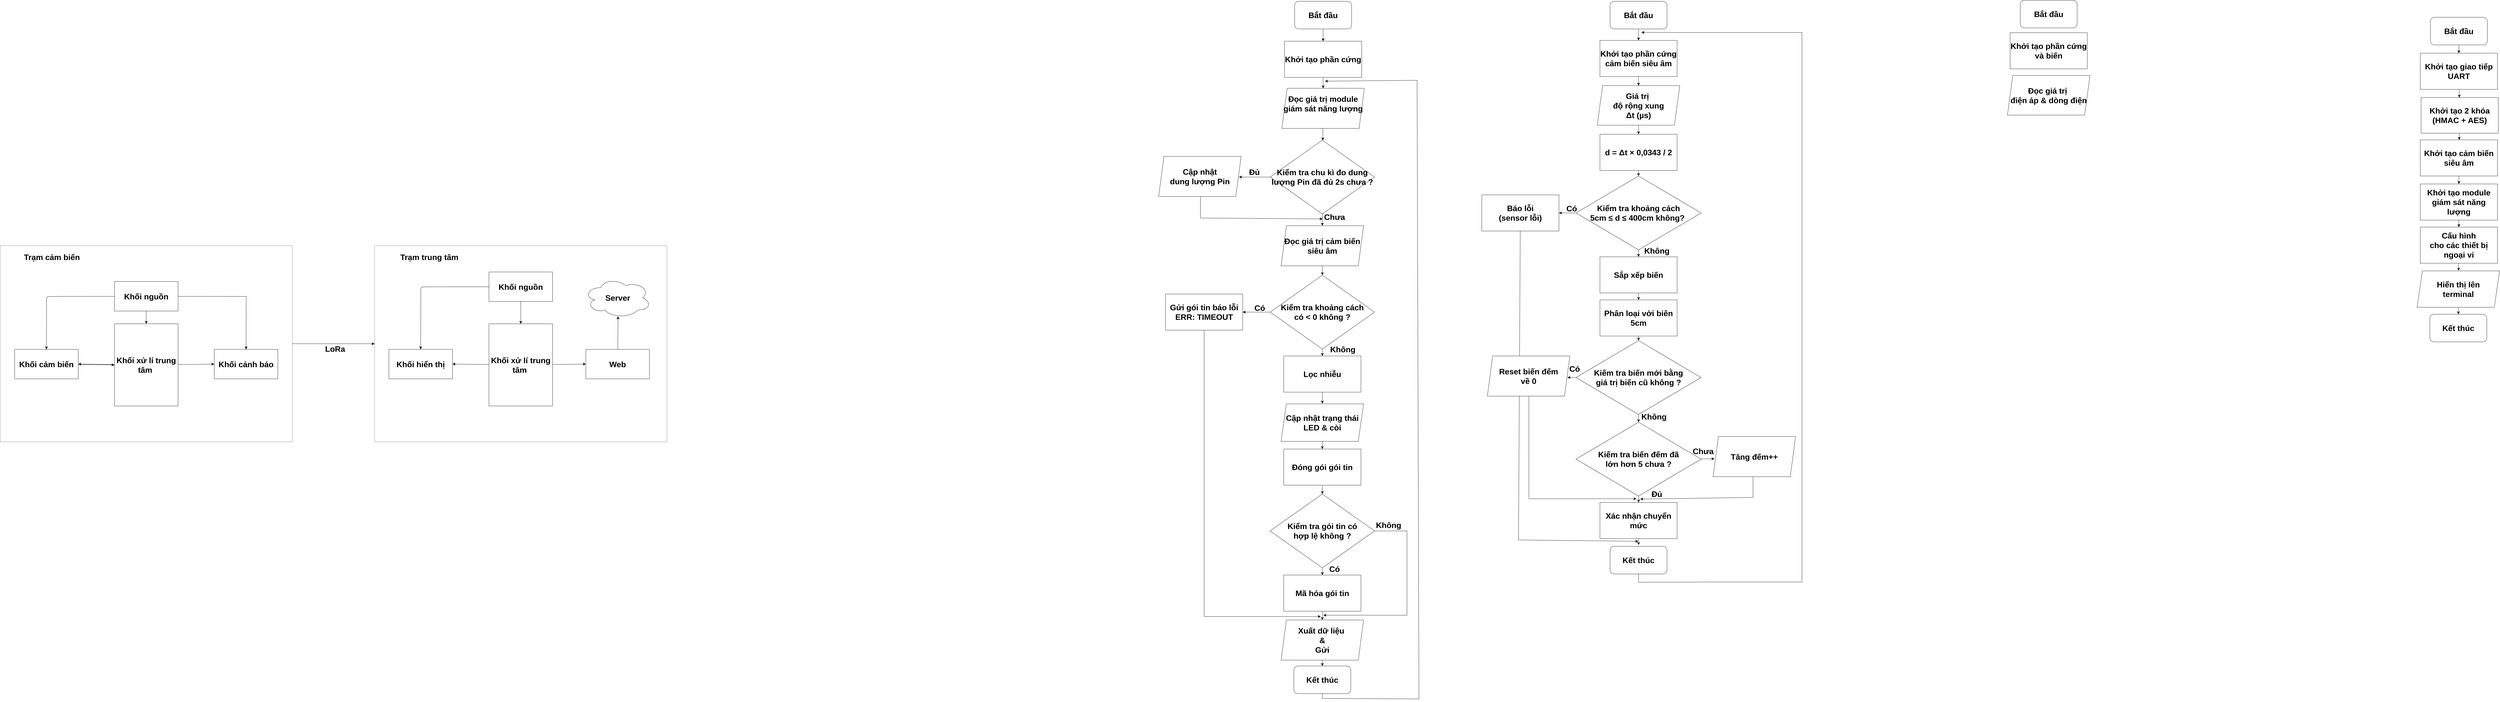
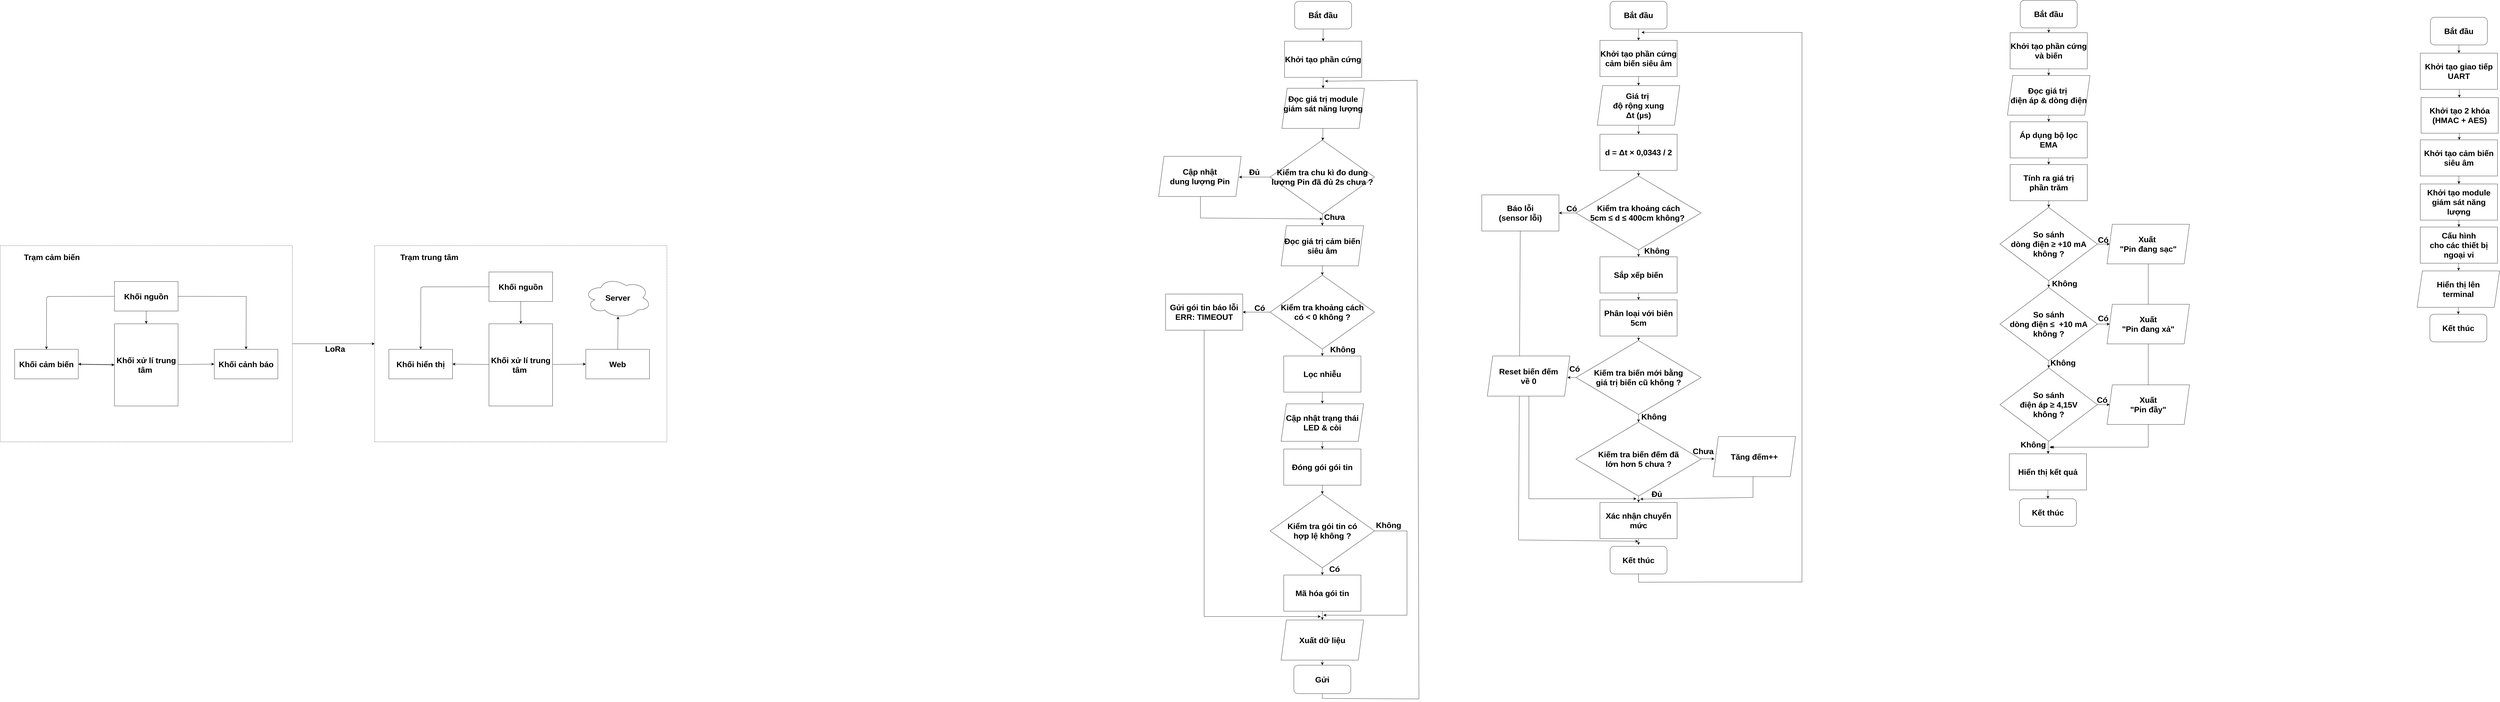
<mxfile host="app.diagrams.net">
  <diagram name="Page-1" id="Xzzm8pSJ2Ty5PO-fjyCe">
-     <mxGraphModel dx="1885" dy="1060" grid="0" gridSize="10" guides="1" tooltips="1" connect="1" arrows="1" fold="1" page="1" pageScale="1" pageWidth="4681" pageHeight="3300" math="0" shadow="0">
+     <mxGraphModel dx="4713" dy="2650" grid="0" gridSize="10" guides="1" tooltips="1" connect="1" arrows="1" fold="1" page="1" pageScale="1" pageWidth="4681" pageHeight="3300" math="0" shadow="0">
      <root>
        <mxCell id="0" />
        <mxCell id="1" parent="0" />
+         <mxCell id="dHOnNA1qFKyTxo9gN7e2-160" edge="1" parent="1" source="dHOnNA1qFKyTxo9gN7e2-135" style="edgeStyle=none;curved=1;rounded=0;orthogonalLoop=1;jettySize=auto;html=1;entryX=0.5;entryY=1;entryDx=0;entryDy=0;fontSize=12;startSize=8;endSize=8;" target="dHOnNA1qFKyTxo9gN7e2-136">
+           <mxGeometry relative="1" as="geometry" />
+         </mxCell>
        <mxCell id="aMmJWWC9FcH2sZLkuJds-26" parent="1" style="rounded=0;whiteSpace=wrap;html=1;dashed=1;fontStyle=1;fontSize=30;" value="" vertex="1">
          <mxGeometry height="738" width="1098" x="1887.5" y="1122" as="geometry" />
        </mxCell>
        <mxCell id="aMmJWWC9FcH2sZLkuJds-31" edge="1" parent="1" source="aMmJWWC9FcH2sZLkuJds-25" style="edgeStyle=none;curved=1;rounded=0;orthogonalLoop=1;jettySize=auto;html=1;entryX=0;entryY=0.5;entryDx=0;entryDy=0;fontSize=30;startSize=8;endSize=8;fontStyle=1" target="aMmJWWC9FcH2sZLkuJds-26">
          <mxGeometry relative="1" as="geometry" />
        </mxCell>
        <mxCell id="aMmJWWC9FcH2sZLkuJds-25" parent="1" style="rounded=0;whiteSpace=wrap;html=1;dashed=1;fontStyle=1;fontSize=30;" value="" vertex="1">
          <mxGeometry height="738" width="1098" x="480.5" y="1122" as="geometry" />
        </mxCell>
        <mxCell id="aMmJWWC9FcH2sZLkuJds-12" edge="1" parent="1" source="aMmJWWC9FcH2sZLkuJds-1" style="edgeStyle=none;curved=1;rounded=0;orthogonalLoop=1;jettySize=auto;html=1;entryX=0;entryY=0.5;entryDx=0;entryDy=0;fontSize=30;startSize=8;endSize=8;fontStyle=1" target="aMmJWWC9FcH2sZLkuJds-5">
          <mxGeometry relative="1" as="geometry" />
        </mxCell>
        <mxCell id="aMmJWWC9FcH2sZLkuJds-13" edge="1" parent="1" source="aMmJWWC9FcH2sZLkuJds-1" style="edgeStyle=none;curved=1;rounded=0;orthogonalLoop=1;jettySize=auto;html=1;entryX=1;entryY=0.5;entryDx=0;entryDy=0;fontSize=30;startSize=8;endSize=8;fontStyle=1" target="aMmJWWC9FcH2sZLkuJds-4">
          <mxGeometry relative="1" as="geometry" />
        </mxCell>
        <mxCell id="aMmJWWC9FcH2sZLkuJds-1" parent="1" style="rounded=0;whiteSpace=wrap;html=1;fontStyle=1;fontSize=30;" value="&lt;font&gt;Khối xử lí trung tâm&amp;nbsp;&lt;/font&gt;" vertex="1">
          <mxGeometry height="309" width="239" x="910" y="1416" as="geometry" />
        </mxCell>
        <mxCell id="aMmJWWC9FcH2sZLkuJds-8" edge="1" parent="1" source="aMmJWWC9FcH2sZLkuJds-2" style="edgeStyle=none;curved=0;rounded=1;orthogonalLoop=1;jettySize=auto;html=1;entryX=0.5;entryY=0;entryDx=0;entryDy=0;fontSize=30;startSize=8;endSize=8;fontStyle=1" target="aMmJWWC9FcH2sZLkuJds-4">
          <mxGeometry relative="1" as="geometry">
            <Array as="points">
              <mxPoint x="655" y="1313" />
            </Array>
          </mxGeometry>
        </mxCell>
        <mxCell id="aMmJWWC9FcH2sZLkuJds-9" edge="1" parent="1" source="aMmJWWC9FcH2sZLkuJds-2" style="edgeStyle=none;curved=1;rounded=0;orthogonalLoop=1;jettySize=auto;html=1;entryX=0.5;entryY=0;entryDx=0;entryDy=0;fontSize=30;startSize=8;endSize=8;fontStyle=1" target="aMmJWWC9FcH2sZLkuJds-1">
          <mxGeometry relative="1" as="geometry" />
        </mxCell>
        <mxCell id="aMmJWWC9FcH2sZLkuJds-10" edge="1" parent="1" source="aMmJWWC9FcH2sZLkuJds-2" style="edgeStyle=none;curved=0;rounded=0;orthogonalLoop=1;jettySize=auto;html=1;entryX=0.5;entryY=0;entryDx=0;entryDy=0;fontSize=30;startSize=8;endSize=8;fontStyle=1" target="aMmJWWC9FcH2sZLkuJds-5">
          <mxGeometry relative="1" as="geometry">
            <Array as="points">
              <mxPoint x="1405" y="1313" />
            </Array>
          </mxGeometry>
        </mxCell>
        <mxCell id="aMmJWWC9FcH2sZLkuJds-2" parent="1" style="rounded=0;whiteSpace=wrap;html=1;fontStyle=1;fontSize=30;" value="&lt;font&gt;Khối nguồn&lt;/font&gt;" vertex="1">
          <mxGeometry height="111" width="239" x="910" y="1257" as="geometry" />
        </mxCell>
        <mxCell id="aMmJWWC9FcH2sZLkuJds-11" edge="1" parent="1" source="aMmJWWC9FcH2sZLkuJds-4" style="edgeStyle=none;curved=1;rounded=0;orthogonalLoop=1;jettySize=auto;html=1;entryX=0;entryY=0.5;entryDx=0;entryDy=0;fontSize=30;startSize=8;endSize=8;fontStyle=1" target="aMmJWWC9FcH2sZLkuJds-1">
          <mxGeometry relative="1" as="geometry" />
        </mxCell>
        <mxCell id="aMmJWWC9FcH2sZLkuJds-4" parent="1" style="rounded=0;whiteSpace=wrap;html=1;fontStyle=1;fontSize=30;" value="&lt;font&gt;Khối cảm biến&lt;/font&gt;" vertex="1">
          <mxGeometry height="111" width="239" x="535" y="1512" as="geometry" />
        </mxCell>
        <mxCell id="aMmJWWC9FcH2sZLkuJds-5" parent="1" style="rounded=0;whiteSpace=wrap;html=1;fontStyle=1;fontSize=30;" value="&lt;font&gt;Khối cảnh báo&lt;/font&gt;" vertex="1">
          <mxGeometry height="111" width="239" x="1285" y="1512" as="geometry" />
        </mxCell>
        <mxCell id="aMmJWWC9FcH2sZLkuJds-19" edge="1" parent="1" source="aMmJWWC9FcH2sZLkuJds-14" style="edgeStyle=none;curved=1;rounded=0;orthogonalLoop=1;jettySize=auto;html=1;entryX=1;entryY=0.5;entryDx=0;entryDy=0;fontSize=30;startSize=8;endSize=8;fontStyle=1" target="aMmJWWC9FcH2sZLkuJds-16">
          <mxGeometry relative="1" as="geometry" />
        </mxCell>
        <mxCell id="aMmJWWC9FcH2sZLkuJds-20" edge="1" parent="1" source="aMmJWWC9FcH2sZLkuJds-14" style="edgeStyle=none;curved=1;rounded=0;orthogonalLoop=1;jettySize=auto;html=1;entryX=0;entryY=0.5;entryDx=0;entryDy=0;fontSize=30;startSize=8;endSize=8;fontStyle=1" target="aMmJWWC9FcH2sZLkuJds-18">
          <mxGeometry relative="1" as="geometry" />
        </mxCell>
        <mxCell id="aMmJWWC9FcH2sZLkuJds-14" parent="1" style="rounded=0;whiteSpace=wrap;html=1;fontStyle=1;fontSize=30;" value="&lt;font&gt;Khối xử lí trung tâm&amp;nbsp;&lt;/font&gt;" vertex="1">
          <mxGeometry height="309" width="239" x="2317" y="1416" as="geometry" />
        </mxCell>
        <mxCell id="aMmJWWC9FcH2sZLkuJds-21" edge="1" parent="1" source="aMmJWWC9FcH2sZLkuJds-15" style="edgeStyle=none;curved=1;rounded=0;orthogonalLoop=1;jettySize=auto;html=1;entryX=0.5;entryY=0;entryDx=0;entryDy=0;fontSize=30;startSize=8;endSize=8;fontStyle=1" target="aMmJWWC9FcH2sZLkuJds-14">
          <mxGeometry relative="1" as="geometry" />
        </mxCell>
        <mxCell id="aMmJWWC9FcH2sZLkuJds-22" edge="1" parent="1" source="aMmJWWC9FcH2sZLkuJds-15" style="edgeStyle=none;curved=0;rounded=1;orthogonalLoop=1;jettySize=auto;html=1;entryX=0.5;entryY=0;entryDx=0;entryDy=0;fontSize=30;startSize=8;endSize=8;fontStyle=1" target="aMmJWWC9FcH2sZLkuJds-16">
          <mxGeometry relative="1" as="geometry">
            <Array as="points">
              <mxPoint x="2061" y="1277" />
            </Array>
          </mxGeometry>
        </mxCell>
        <mxCell id="aMmJWWC9FcH2sZLkuJds-15" parent="1" style="rounded=0;whiteSpace=wrap;html=1;fontStyle=1;fontSize=30;" value="&lt;font&gt;Khối nguồn&lt;/font&gt;" vertex="1">
          <mxGeometry height="111" width="239" x="2317" y="1221" as="geometry" />
        </mxCell>
        <mxCell id="aMmJWWC9FcH2sZLkuJds-16" parent="1" style="rounded=0;whiteSpace=wrap;html=1;fontStyle=1;fontSize=30;" value="&lt;font&gt;Khối hiển thị&lt;/font&gt;" vertex="1">
          <mxGeometry height="111" width="239" x="1941" y="1512" as="geometry" />
        </mxCell>
        <mxCell id="aMmJWWC9FcH2sZLkuJds-18" parent="1" style="rounded=0;whiteSpace=wrap;html=1;fontStyle=1;fontSize=30;" value="&lt;span&gt;Web&lt;/span&gt;" vertex="1">
          <mxGeometry height="111" width="239" x="2681" y="1512" as="geometry" />
        </mxCell>
        <mxCell id="aMmJWWC9FcH2sZLkuJds-23" parent="1" style="ellipse;shape=cloud;whiteSpace=wrap;html=1;fontStyle=1;fontSize=30;" value="&lt;span&gt;Server&lt;/span&gt;" vertex="1">
          <mxGeometry height="152" width="252" x="2674.5" y="1242" as="geometry" />
        </mxCell>
        <mxCell id="aMmJWWC9FcH2sZLkuJds-24" edge="1" parent="1" source="aMmJWWC9FcH2sZLkuJds-18" style="edgeStyle=none;curved=1;rounded=0;orthogonalLoop=1;jettySize=auto;html=1;entryX=0.506;entryY=0.961;entryDx=0;entryDy=0;entryPerimeter=0;fontSize=30;startSize=8;endSize=8;fontStyle=1" target="aMmJWWC9FcH2sZLkuJds-23">
          <mxGeometry relative="1" as="geometry" />
        </mxCell>
        <mxCell id="aMmJWWC9FcH2sZLkuJds-27" parent="1" style="text;html=1;whiteSpace=wrap;strokeColor=none;fillColor=none;align=center;verticalAlign=middle;rounded=0;fontSize=30;fontStyle=1" value="Trạm cảm biến" vertex="1">
          <mxGeometry height="30" width="332" x="509" y="1150" as="geometry" />
        </mxCell>
        <mxCell id="aMmJWWC9FcH2sZLkuJds-28" parent="1" style="text;html=1;whiteSpace=wrap;strokeColor=none;fillColor=none;align=center;verticalAlign=middle;rounded=0;fontSize=30;fontStyle=1" value="Trạm trung tâm" vertex="1">
          <mxGeometry height="30" width="332" x="1927" y="1150" as="geometry" />
        </mxCell>
        <mxCell id="aMmJWWC9FcH2sZLkuJds-32" parent="1" style="text;html=1;whiteSpace=wrap;strokeColor=none;fillColor=none;align=center;verticalAlign=middle;rounded=0;fontSize=30;fontStyle=1" value="LoRa" vertex="1">
          <mxGeometry height="30" width="332" x="1573" y="1495" as="geometry" />
        </mxCell>
        <mxCell id="dHOnNA1qFKyTxo9gN7e2-32" edge="1" parent="1" source="dHOnNA1qFKyTxo9gN7e2-2" style="edgeStyle=none;curved=1;rounded=0;orthogonalLoop=1;jettySize=auto;html=1;fontSize=30;startSize=8;endSize=8;fontStyle=1" target="dHOnNA1qFKyTxo9gN7e2-3" value="">
          <mxGeometry relative="1" as="geometry" />
        </mxCell>
        <mxCell id="dHOnNA1qFKyTxo9gN7e2-2" parent="1" style="rounded=1;whiteSpace=wrap;html=1;fontStyle=1;fontSize=30;" value="&lt;font&gt;Bắt đầu&lt;/font&gt;" vertex="1">
          <mxGeometry height="104" width="214" x="5344" y="203" as="geometry" />
        </mxCell>
        <mxCell id="dHOnNA1qFKyTxo9gN7e2-33" edge="1" parent="1" source="dHOnNA1qFKyTxo9gN7e2-3" style="edgeStyle=none;curved=1;rounded=0;orthogonalLoop=1;jettySize=auto;html=1;fontSize=30;startSize=8;endSize=8;fontStyle=1" target="dHOnNA1qFKyTxo9gN7e2-4" value="">
          <mxGeometry relative="1" as="geometry" />
        </mxCell>
        <mxCell id="dHOnNA1qFKyTxo9gN7e2-3" parent="1" style="rounded=0;whiteSpace=wrap;html=1;fontStyle=1;fontSize=30;" value="&lt;font&gt;Khởi tạo phần cứng&lt;/font&gt;" vertex="1">
          <mxGeometry height="136" width="290" x="5306" y="353" as="geometry" />
        </mxCell>
        <mxCell id="dHOnNA1qFKyTxo9gN7e2-6" edge="1" parent="1" source="dHOnNA1qFKyTxo9gN7e2-4" style="edgeStyle=none;curved=1;rounded=0;orthogonalLoop=1;jettySize=auto;html=1;fontSize=30;startSize=8;endSize=8;fontStyle=1" target="dHOnNA1qFKyTxo9gN7e2-5" value="">
          <mxGeometry relative="1" as="geometry" />
        </mxCell>
        <mxCell id="dHOnNA1qFKyTxo9gN7e2-4" parent="1" style="shape=parallelogram;perimeter=parallelogramPerimeter;whiteSpace=wrap;html=1;fixedSize=1;fontStyle=1;fontSize=30;" value="&lt;font&gt;Đọc giá trị module giám sát năng lượng&lt;/font&gt;&lt;div&gt;&lt;font&gt;&lt;br&gt;&lt;/font&gt;&lt;/div&gt;" vertex="1">
          <mxGeometry height="151" width="310" x="5296" y="530" as="geometry" />
        </mxCell>
        <mxCell id="dHOnNA1qFKyTxo9gN7e2-8" edge="1" parent="1" source="dHOnNA1qFKyTxo9gN7e2-5" style="edgeStyle=none;curved=1;rounded=0;orthogonalLoop=1;jettySize=auto;html=1;fontSize=30;startSize=8;endSize=8;fontStyle=1" target="dHOnNA1qFKyTxo9gN7e2-7" value="">
          <mxGeometry relative="1" as="geometry" />
        </mxCell>
        <mxCell id="dHOnNA1qFKyTxo9gN7e2-19" edge="1" parent="1" source="dHOnNA1qFKyTxo9gN7e2-5" style="edgeStyle=none;curved=1;rounded=0;orthogonalLoop=1;jettySize=auto;html=1;fontSize=30;startSize=8;endSize=8;fontStyle=1" value="">
          <mxGeometry relative="1" as="geometry">
            <mxPoint x="5135" y="864.0000000000005" as="targetPoint" />
          </mxGeometry>
        </mxCell>
        <mxCell id="dHOnNA1qFKyTxo9gN7e2-29" edge="1" parent="1" source="dHOnNA1qFKyTxo9gN7e2-5" style="edgeStyle=none;curved=1;rounded=0;orthogonalLoop=1;jettySize=auto;html=1;fontSize=30;startSize=8;endSize=8;fontStyle=1" value="">
          <mxGeometry relative="1" as="geometry">
            <mxPoint x="5135" y="864.0000000000005" as="targetPoint" />
          </mxGeometry>
        </mxCell>
        <mxCell id="dHOnNA1qFKyTxo9gN7e2-5" parent="1" style="rhombus;whiteSpace=wrap;html=1;fontStyle=1;fontSize=30;" value="&lt;font&gt;Kiểm tra chu kì đo dung lượng Pin đã đủ 2s chưa ?&lt;/font&gt;" vertex="1">
          <mxGeometry height="278" width="392" x="5252" y="725" as="geometry" />
        </mxCell>
        <mxCell id="dHOnNA1qFKyTxo9gN7e2-22" edge="1" parent="1" source="dHOnNA1qFKyTxo9gN7e2-7" style="edgeStyle=none;curved=1;rounded=0;orthogonalLoop=1;jettySize=auto;html=1;fontSize=30;startSize=8;endSize=8;fontStyle=1" target="dHOnNA1qFKyTxo9gN7e2-9" value="">
          <mxGeometry relative="1" as="geometry" />
        </mxCell>
        <mxCell id="dHOnNA1qFKyTxo9gN7e2-7" parent="1" style="shape=parallelogram;perimeter=parallelogramPerimeter;whiteSpace=wrap;html=1;fixedSize=1;fontStyle=1;fontSize=30;" value="&lt;span&gt;Đọc giá trị cảm biến siêu âm&lt;/span&gt;" vertex="1">
          <mxGeometry height="151" width="310" x="5293" y="1047" as="geometry" />
        </mxCell>
        <mxCell id="dHOnNA1qFKyTxo9gN7e2-23" edge="1" parent="1" source="dHOnNA1qFKyTxo9gN7e2-9" style="edgeStyle=none;curved=1;rounded=0;orthogonalLoop=1;jettySize=auto;html=1;fontSize=30;startSize=8;endSize=8;fontStyle=1" target="dHOnNA1qFKyTxo9gN7e2-10" value="">
          <mxGeometry relative="1" as="geometry" />
        </mxCell>
        <mxCell id="dHOnNA1qFKyTxo9gN7e2-35" edge="1" parent="1" source="dHOnNA1qFKyTxo9gN7e2-9" style="edgeStyle=none;curved=1;rounded=0;orthogonalLoop=1;jettySize=auto;html=1;fontSize=30;startSize=8;endSize=8;fontStyle=1" target="dHOnNA1qFKyTxo9gN7e2-34" value="">
          <mxGeometry relative="1" as="geometry" />
        </mxCell>
        <mxCell id="dHOnNA1qFKyTxo9gN7e2-9" parent="1" style="rhombus;whiteSpace=wrap;html=1;fontStyle=1;fontSize=30;" value="&lt;font&gt;Kiểm tra khoảng cách&lt;br&gt;có &amp;lt; 0 không ?&lt;/font&gt;" vertex="1">
          <mxGeometry height="278" width="392" x="5252" y="1233" as="geometry" />
        </mxCell>
        <mxCell id="dHOnNA1qFKyTxo9gN7e2-24" edge="1" parent="1" source="dHOnNA1qFKyTxo9gN7e2-10" style="edgeStyle=none;curved=1;rounded=0;orthogonalLoop=1;jettySize=auto;html=1;fontSize=30;startSize=8;endSize=8;fontStyle=1" value="">
          <mxGeometry relative="1" as="geometry">
            <mxPoint x="5448.000000000001" y="1716" as="targetPoint" />
          </mxGeometry>
        </mxCell>
        <mxCell id="dHOnNA1qFKyTxo9gN7e2-10" parent="1" style="rounded=0;whiteSpace=wrap;html=1;fontStyle=1;fontSize=30;" value="&lt;font&gt;Lọc nhiễu&lt;/font&gt;" vertex="1">
          <mxGeometry height="136" width="290" x="5303" y="1537" as="geometry" />
        </mxCell>
        <mxCell id="dHOnNA1qFKyTxo9gN7e2-25" edge="1" parent="1" style="edgeStyle=none;curved=1;rounded=0;orthogonalLoop=1;jettySize=auto;html=1;fontSize=30;startSize=8;endSize=8;fontStyle=1" target="dHOnNA1qFKyTxo9gN7e2-13" value="">
          <mxGeometry relative="1" as="geometry">
            <mxPoint x="5448.000000000001" y="1852" as="sourcePoint" />
          </mxGeometry>
        </mxCell>
        <mxCell id="dHOnNA1qFKyTxo9gN7e2-26" edge="1" parent="1" source="dHOnNA1qFKyTxo9gN7e2-13" style="edgeStyle=none;curved=1;rounded=0;orthogonalLoop=1;jettySize=auto;html=1;fontSize=30;startSize=8;endSize=8;fontStyle=1" target="dHOnNA1qFKyTxo9gN7e2-14" value="">
          <mxGeometry relative="1" as="geometry" />
        </mxCell>
        <mxCell id="dHOnNA1qFKyTxo9gN7e2-13" parent="1" style="rounded=0;whiteSpace=wrap;html=1;fontStyle=1;fontSize=30;" value="&lt;span&gt;Đóng gói gói tin&lt;/span&gt;" vertex="1">
          <mxGeometry height="136" width="290" x="5303" y="1887" as="geometry" />
        </mxCell>
        <mxCell id="dHOnNA1qFKyTxo9gN7e2-27" edge="1" parent="1" source="dHOnNA1qFKyTxo9gN7e2-14" style="edgeStyle=none;curved=1;rounded=0;orthogonalLoop=1;jettySize=auto;html=1;fontSize=30;startSize=8;endSize=8;fontStyle=1" target="dHOnNA1qFKyTxo9gN7e2-15" value="">
          <mxGeometry relative="1" as="geometry" />
        </mxCell>
        <mxCell id="dHOnNA1qFKyTxo9gN7e2-41" edge="1" parent="1" source="dHOnNA1qFKyTxo9gN7e2-14" style="edgeStyle=none;curved=0;rounded=0;orthogonalLoop=1;jettySize=auto;html=1;fontSize=30;startSize=8;endSize=8;fontStyle=1" value="">
          <mxGeometry relative="1" as="geometry">
            <Array as="points">
              <mxPoint x="5766" y="2195" />
              <mxPoint x="5766" y="2512" />
            </Array>
            <mxPoint x="5452" y="2512" as="targetPoint" />
          </mxGeometry>
        </mxCell>
        <mxCell id="dHOnNA1qFKyTxo9gN7e2-14" parent="1" style="rhombus;whiteSpace=wrap;html=1;fontStyle=1;fontSize=30;" value="&lt;span&gt;Kiểm tra gói tin có&lt;/span&gt;&lt;div&gt;&lt;span&gt;hợp lệ không ?&lt;/span&gt;&lt;/div&gt;" vertex="1">
          <mxGeometry height="278" width="392" x="5252" y="2056" as="geometry" />
        </mxCell>
        <mxCell id="dHOnNA1qFKyTxo9gN7e2-28" edge="1" parent="1" source="dHOnNA1qFKyTxo9gN7e2-15" style="edgeStyle=none;curved=1;rounded=0;orthogonalLoop=1;jettySize=auto;html=1;fontSize=30;startSize=8;endSize=8;fontStyle=1" value="">
          <mxGeometry relative="1" as="geometry">
            <mxPoint x="5448" y="2530" as="targetPoint" />
          </mxGeometry>
        </mxCell>
        <mxCell id="dHOnNA1qFKyTxo9gN7e2-15" parent="1" style="rounded=0;whiteSpace=wrap;html=1;fontStyle=1;fontSize=30;" value="&lt;span&gt;Mã hóa gói tin&lt;/span&gt;" vertex="1">
          <mxGeometry height="136" width="290" x="5303" y="2361" as="geometry" />
        </mxCell>
        <mxCell id="dHOnNA1qFKyTxo9gN7e2-42" edge="1" parent="1" source="dHOnNA1qFKyTxo9gN7e2-105" style="edgeStyle=none;curved=0;rounded=0;orthogonalLoop=1;jettySize=auto;html=1;fontSize=30;startSize=8;endSize=8;fontStyle=1;exitX=0.5;exitY=1;exitDx=0;exitDy=0;">
          <mxGeometry relative="1" as="geometry">
            <Array as="points">
              <mxPoint x="5448" y="2825" />
              <mxPoint x="5811" y="2827" />
              <mxPoint x="5804" y="500" />
            </Array>
            <mxPoint x="5448" y="2666" as="sourcePoint" />
            <mxPoint x="5458" y="503.3333333333335" as="targetPoint" />
          </mxGeometry>
        </mxCell>
        <mxCell id="dHOnNA1qFKyTxo9gN7e2-21" edge="1" parent="1" style="edgeStyle=none;curved=0;rounded=0;orthogonalLoop=1;jettySize=auto;html=1;fontSize=30;startSize=8;endSize=8;fontStyle=1">
          <mxGeometry relative="1" as="geometry">
            <Array as="points">
              <mxPoint x="4990" y="1018" />
            </Array>
            <mxPoint x="4990" y="932" as="sourcePoint" />
            <mxPoint x="5448.941176470588" y="1021.4705882352941" as="targetPoint" />
          </mxGeometry>
        </mxCell>
        <mxCell id="dHOnNA1qFKyTxo9gN7e2-30" parent="1" style="text;html=1;whiteSpace=wrap;strokeColor=none;fillColor=none;align=center;verticalAlign=middle;rounded=0;fontSize=30;fontStyle=1" value="Đủ" vertex="1">
          <mxGeometry height="30" width="60" x="5163" y="830" as="geometry" />
        </mxCell>
        <mxCell id="dHOnNA1qFKyTxo9gN7e2-31" parent="1" style="text;html=1;whiteSpace=wrap;strokeColor=none;fillColor=none;align=center;verticalAlign=middle;rounded=0;fontSize=30;fontStyle=1" value="&lt;font&gt;Chưa&lt;/font&gt;" vertex="1">
          <mxGeometry height="30" width="60" x="5464" y="999" as="geometry" />
        </mxCell>
        <mxCell id="dHOnNA1qFKyTxo9gN7e2-36" edge="1" parent="1" source="dHOnNA1qFKyTxo9gN7e2-34" style="edgeStyle=none;curved=0;rounded=0;orthogonalLoop=1;jettySize=auto;html=1;fontSize=30;startSize=8;endSize=8;fontStyle=1">
          <mxGeometry relative="1" as="geometry">
            <Array as="points">
              <mxPoint x="5004" y="2517" />
            </Array>
            <mxPoint x="5442" y="2517" as="targetPoint" />
          </mxGeometry>
        </mxCell>
        <mxCell id="dHOnNA1qFKyTxo9gN7e2-34" parent="1" style="rounded=0;whiteSpace=wrap;html=1;fontStyle=1;fontSize=30;" value="&lt;span&gt;Gửi gói tin báo lỗi&lt;/span&gt;&lt;div&gt;&lt;span&gt;ERR: TIMEOUT&lt;/span&gt;&lt;/div&gt;" vertex="1">
          <mxGeometry height="136" width="290" x="4859" y="1304" as="geometry" />
        </mxCell>
        <mxCell id="dHOnNA1qFKyTxo9gN7e2-37" parent="1" style="text;html=1;whiteSpace=wrap;strokeColor=none;fillColor=none;align=center;verticalAlign=middle;rounded=0;fontSize=30;fontStyle=1" value="Có" vertex="1">
          <mxGeometry height="30" width="60" x="5183" y="1341" as="geometry" />
        </mxCell>
        <mxCell id="dHOnNA1qFKyTxo9gN7e2-38" parent="1" style="text;html=1;whiteSpace=wrap;strokeColor=none;fillColor=none;align=center;verticalAlign=middle;rounded=0;fontSize=30;fontStyle=1" value="&lt;span&gt;Không&lt;/span&gt;" vertex="1">
          <mxGeometry height="30" width="60" x="5495" y="1497" as="geometry" />
        </mxCell>
        <mxCell id="dHOnNA1qFKyTxo9gN7e2-43" parent="1" style="text;html=1;whiteSpace=wrap;strokeColor=none;fillColor=none;align=center;verticalAlign=middle;rounded=0;fontSize=30;fontStyle=1" value="Có" vertex="1">
          <mxGeometry height="30" width="60" x="5464" y="2323" as="geometry" />
        </mxCell>
        <mxCell id="dHOnNA1qFKyTxo9gN7e2-44" parent="1" style="text;html=1;whiteSpace=wrap;strokeColor=none;fillColor=none;align=center;verticalAlign=middle;rounded=0;fontSize=30;fontStyle=1" value="&lt;span&gt;Không&lt;/span&gt;" vertex="1">
          <mxGeometry height="30" width="60" x="5667" y="2158" as="geometry" />
        </mxCell>
        <mxCell id="dHOnNA1qFKyTxo9gN7e2-69" edge="1" parent="1" source="dHOnNA1qFKyTxo9gN7e2-47" style="edgeStyle=none;curved=1;rounded=0;orthogonalLoop=1;jettySize=auto;html=1;fontSize=12;startSize=8;endSize=8;" target="dHOnNA1qFKyTxo9gN7e2-53" value="">
          <mxGeometry relative="1" as="geometry" />
        </mxCell>
        <mxCell id="dHOnNA1qFKyTxo9gN7e2-47" parent="1" style="rounded=1;whiteSpace=wrap;html=1;fontStyle=1;fontSize=30;" value="&lt;font&gt;Bắt đầu&lt;/font&gt;" vertex="1">
          <mxGeometry height="104" width="214" x="6529" y="203" as="geometry" />
        </mxCell>
        <mxCell id="dHOnNA1qFKyTxo9gN7e2-71" edge="1" parent="1" source="dHOnNA1qFKyTxo9gN7e2-49" style="edgeStyle=none;curved=1;rounded=0;orthogonalLoop=1;jettySize=auto;html=1;fontSize=12;startSize=8;endSize=8;" target="dHOnNA1qFKyTxo9gN7e2-50" value="">
          <mxGeometry relative="1" as="geometry" />
        </mxCell>
        <mxCell id="dHOnNA1qFKyTxo9gN7e2-49" parent="1" style="shape=parallelogram;perimeter=parallelogramPerimeter;whiteSpace=wrap;html=1;fixedSize=1;fontStyle=1;fontSize=30;" value="&lt;div&gt;&lt;font&gt;Giá trị&amp;nbsp;&lt;/font&gt;&lt;/div&gt;&lt;div&gt;&lt;font&gt;độ rộng xung&lt;/font&gt;&lt;/div&gt;&lt;div&gt;&lt;font&gt;&lt;span style=&quot;background-color: transparent; color: light-dark(rgb(0, 0, 0), rgb(255, 255, 255));&quot;&gt;Δt&lt;/span&gt;&amp;nbsp;(µs)&lt;/font&gt;&lt;/div&gt;" vertex="1">
          <mxGeometry height="149" width="310" x="6481" y="520" as="geometry" />
        </mxCell>
        <mxCell id="dHOnNA1qFKyTxo9gN7e2-72" edge="1" parent="1" source="dHOnNA1qFKyTxo9gN7e2-50" style="edgeStyle=none;curved=1;rounded=0;orthogonalLoop=1;jettySize=auto;html=1;fontSize=12;startSize=8;endSize=8;" target="dHOnNA1qFKyTxo9gN7e2-55" value="">
          <mxGeometry relative="1" as="geometry" />
        </mxCell>
        <mxCell id="dHOnNA1qFKyTxo9gN7e2-50" parent="1" style="rounded=0;whiteSpace=wrap;html=1;fontStyle=1;fontSize=30;" value="&lt;font&gt;d = Δt × 0,0343 / 2&lt;/font&gt;" vertex="1">
          <mxGeometry height="136" width="290" x="6491" y="703" as="geometry" />
        </mxCell>
        <mxCell id="dHOnNA1qFKyTxo9gN7e2-70" edge="1" parent="1" source="dHOnNA1qFKyTxo9gN7e2-53" style="edgeStyle=none;curved=1;rounded=0;orthogonalLoop=1;jettySize=auto;html=1;fontSize=12;startSize=8;endSize=8;" target="dHOnNA1qFKyTxo9gN7e2-49" value="">
          <mxGeometry relative="1" as="geometry" />
        </mxCell>
        <mxCell id="dHOnNA1qFKyTxo9gN7e2-53" parent="1" style="rounded=0;whiteSpace=wrap;html=1;fontStyle=1;fontSize=30;" value="&lt;font&gt;Khởi tạo phần cứng&lt;/font&gt;&lt;div&gt;&lt;font&gt;cảm biến siêu âm&lt;/font&gt;&lt;/div&gt;" vertex="1">
          <mxGeometry height="136" width="290" x="6491" y="350" as="geometry" />
        </mxCell>
        <mxCell id="dHOnNA1qFKyTxo9gN7e2-73" edge="1" parent="1" source="dHOnNA1qFKyTxo9gN7e2-55" style="edgeStyle=none;curved=1;rounded=0;orthogonalLoop=1;jettySize=auto;html=1;fontSize=12;startSize=8;endSize=8;" target="dHOnNA1qFKyTxo9gN7e2-57" value="">
          <mxGeometry relative="1" as="geometry" />
        </mxCell>
        <mxCell id="dHOnNA1qFKyTxo9gN7e2-74" edge="1" parent="1" source="dHOnNA1qFKyTxo9gN7e2-55" style="edgeStyle=none;curved=1;rounded=0;orthogonalLoop=1;jettySize=auto;html=1;fontSize=12;startSize=8;endSize=8;" target="dHOnNA1qFKyTxo9gN7e2-58" value="">
          <mxGeometry relative="1" as="geometry" />
        </mxCell>
        <mxCell id="dHOnNA1qFKyTxo9gN7e2-55" parent="1" style="rhombus;whiteSpace=wrap;html=1;fontStyle=1;fontSize=30;" value="&lt;font&gt;Kiểm tra khoảng cách&lt;/font&gt;&lt;div&gt;&lt;font&gt;5cm ≤ d&amp;nbsp;≤ 400cm không?&amp;nbsp;&lt;/font&gt;&lt;/div&gt;" vertex="1">
          <mxGeometry height="278" width="470" x="6401" y="860" as="geometry" />
        </mxCell>
        <mxCell id="dHOnNA1qFKyTxo9gN7e2-84" edge="1" parent="1" source="dHOnNA1qFKyTxo9gN7e2-57" style="edgeStyle=none;curved=0;rounded=0;orthogonalLoop=1;jettySize=auto;html=1;fontSize=12;startSize=8;endSize=8;">
          <mxGeometry relative="1" as="geometry">
            <Array as="points">
              <mxPoint x="6185" y="2229" />
            </Array>
            <mxPoint x="6635" y="2234" as="targetPoint" />
          </mxGeometry>
        </mxCell>
        <mxCell id="dHOnNA1qFKyTxo9gN7e2-57" parent="1" style="rounded=0;whiteSpace=wrap;html=1;fontStyle=1;fontSize=30;" value="&lt;font&gt;Báo lỗi&lt;/font&gt;&lt;div&gt;(sensor lỗi)&lt;/div&gt;" vertex="1">
          <mxGeometry height="136" width="290" x="6047" y="931" as="geometry" />
        </mxCell>
        <mxCell id="dHOnNA1qFKyTxo9gN7e2-75" edge="1" parent="1" source="dHOnNA1qFKyTxo9gN7e2-58" style="edgeStyle=none;curved=1;rounded=0;orthogonalLoop=1;jettySize=auto;html=1;fontSize=12;startSize=8;endSize=8;" target="dHOnNA1qFKyTxo9gN7e2-59" value="">
          <mxGeometry relative="1" as="geometry" />
        </mxCell>
        <mxCell id="dHOnNA1qFKyTxo9gN7e2-58" parent="1" style="rounded=0;whiteSpace=wrap;html=1;fontStyle=1;fontSize=30;" value="Sắp xếp biến" vertex="1">
          <mxGeometry height="136" width="290" x="6491" y="1164" as="geometry" />
        </mxCell>
        <mxCell id="dHOnNA1qFKyTxo9gN7e2-76" edge="1" parent="1" source="dHOnNA1qFKyTxo9gN7e2-59" style="edgeStyle=none;curved=1;rounded=0;orthogonalLoop=1;jettySize=auto;html=1;fontSize=12;startSize=8;endSize=8;" target="dHOnNA1qFKyTxo9gN7e2-61" value="">
          <mxGeometry relative="1" as="geometry" />
        </mxCell>
        <mxCell id="dHOnNA1qFKyTxo9gN7e2-59" parent="1" style="rounded=0;whiteSpace=wrap;html=1;fontStyle=1;fontSize=30;" value="Phân loại với biên&lt;div&gt;5cm&lt;/div&gt;" vertex="1">
          <mxGeometry height="136" width="290" x="6491" y="1326" as="geometry" />
        </mxCell>
        <mxCell id="dHOnNA1qFKyTxo9gN7e2-77" edge="1" parent="1" source="dHOnNA1qFKyTxo9gN7e2-61" style="edgeStyle=none;curved=1;rounded=0;orthogonalLoop=1;jettySize=auto;html=1;fontSize=12;startSize=8;endSize=8;" value="">
          <mxGeometry relative="1" as="geometry">
            <mxPoint x="6369" y="1618.0000000000005" as="targetPoint" />
          </mxGeometry>
        </mxCell>
        <mxCell id="dHOnNA1qFKyTxo9gN7e2-78" edge="1" parent="1" source="dHOnNA1qFKyTxo9gN7e2-61" style="edgeStyle=none;curved=1;rounded=0;orthogonalLoop=1;jettySize=auto;html=1;fontSize=12;startSize=8;endSize=8;" target="dHOnNA1qFKyTxo9gN7e2-64" value="">
          <mxGeometry relative="1" as="geometry" />
        </mxCell>
        <mxCell id="dHOnNA1qFKyTxo9gN7e2-61" parent="1" style="rhombus;whiteSpace=wrap;html=1;fontStyle=1;fontSize=30;" value="Kiếm tra biến mới bằng&lt;div&gt;giá trị biến cũ không ?&lt;/div&gt;" vertex="1">
          <mxGeometry height="278" width="470" x="6401" y="1479" as="geometry" />
        </mxCell>
        <mxCell id="dHOnNA1qFKyTxo9gN7e2-83" edge="1" parent="1" style="edgeStyle=none;curved=0;rounded=0;orthogonalLoop=1;jettySize=auto;html=1;fontSize=12;startSize=8;endSize=8;">
          <mxGeometry relative="1" as="geometry">
            <Array as="points">
              <mxPoint x="6224" y="2074" />
            </Array>
            <mxPoint x="6224" y="1686" as="sourcePoint" />
            <mxPoint x="6628" y="2074" as="targetPoint" />
          </mxGeometry>
        </mxCell>
        <mxCell id="dHOnNA1qFKyTxo9gN7e2-79" edge="1" parent="1" source="dHOnNA1qFKyTxo9gN7e2-64" style="edgeStyle=none;curved=1;rounded=0;orthogonalLoop=1;jettySize=auto;html=1;fontSize=12;startSize=8;endSize=8;" value="">
          <mxGeometry relative="1" as="geometry">
            <mxPoint x="6921" y="1923.6744186046512" as="targetPoint" />
          </mxGeometry>
        </mxCell>
        <mxCell id="dHOnNA1qFKyTxo9gN7e2-80" edge="1" parent="1" source="dHOnNA1qFKyTxo9gN7e2-64" style="edgeStyle=none;curved=1;rounded=0;orthogonalLoop=1;jettySize=auto;html=1;fontSize=12;startSize=8;endSize=8;" target="dHOnNA1qFKyTxo9gN7e2-67" value="">
          <mxGeometry relative="1" as="geometry" />
        </mxCell>
        <mxCell id="dHOnNA1qFKyTxo9gN7e2-64" parent="1" style="rhombus;whiteSpace=wrap;html=1;fontStyle=1;fontSize=30;" value="Kiếm tra biến đếm đã&lt;div&gt;lớn hơn 5 chưa ?&lt;/div&gt;" vertex="1">
          <mxGeometry height="278" width="470" x="6401" y="1786" as="geometry" />
        </mxCell>
        <mxCell id="dHOnNA1qFKyTxo9gN7e2-85" edge="1" parent="1" style="edgeStyle=none;curved=0;rounded=0;orthogonalLoop=1;jettySize=auto;html=1;fontSize=12;startSize=8;endSize=8;">
          <mxGeometry relative="1" as="geometry">
            <Array as="points">
              <mxPoint x="7066" y="2069" />
            </Array>
            <mxPoint x="7066" y="1991" as="sourcePoint" />
            <mxPoint x="6642.444444444443" y="2075.222222222222" as="targetPoint" />
          </mxGeometry>
        </mxCell>
        <mxCell id="dHOnNA1qFKyTxo9gN7e2-81" edge="1" parent="1" source="dHOnNA1qFKyTxo9gN7e2-67" style="edgeStyle=none;curved=1;rounded=0;orthogonalLoop=1;jettySize=auto;html=1;fontSize=12;startSize=8;endSize=8;" value="">
          <mxGeometry relative="1" as="geometry">
            <mxPoint x="6636" y="2248" as="targetPoint" />
          </mxGeometry>
        </mxCell>
        <mxCell id="dHOnNA1qFKyTxo9gN7e2-67" parent="1" style="rounded=0;whiteSpace=wrap;html=1;fontStyle=1;fontSize=30;" value="Xác nhận chuyển&lt;div&gt;mức&lt;/div&gt;" vertex="1">
          <mxGeometry height="136" width="290" x="6491" y="2088" as="geometry" />
        </mxCell>
        <mxCell id="dHOnNA1qFKyTxo9gN7e2-82" edge="1" parent="1" source="dHOnNA1qFKyTxo9gN7e2-104" style="edgeStyle=none;curved=0;rounded=0;orthogonalLoop=1;jettySize=auto;html=1;fontSize=12;startSize=8;endSize=8;exitX=0.5;exitY=1;exitDx=0;exitDy=0;">
          <mxGeometry relative="1" as="geometry">
            <Array as="points">
              <mxPoint x="6636" y="2388" />
              <mxPoint x="6935" y="2387" />
              <mxPoint x="7250" y="2387" />
              <mxPoint x="7250" y="320" />
            </Array>
            <mxPoint x="6636" y="2384" as="sourcePoint" />
            <mxPoint x="6647" y="320" as="targetPoint" />
          </mxGeometry>
        </mxCell>
        <mxCell id="dHOnNA1qFKyTxo9gN7e2-86" parent="1" style="text;html=1;whiteSpace=wrap;strokeColor=none;fillColor=none;align=center;verticalAlign=middle;rounded=0;fontSize=30;fontStyle=1" value="Có" vertex="1">
          <mxGeometry height="30" width="60" x="6355" y="967" as="geometry" />
        </mxCell>
        <mxCell id="dHOnNA1qFKyTxo9gN7e2-87" parent="1" style="text;html=1;whiteSpace=wrap;strokeColor=none;fillColor=none;align=center;verticalAlign=middle;rounded=0;fontSize=30;fontStyle=1" value="&lt;span&gt;Không&lt;/span&gt;" vertex="1">
          <mxGeometry height="30" width="60" x="6675" y="1126" as="geometry" />
        </mxCell>
        <mxCell id="dHOnNA1qFKyTxo9gN7e2-88" parent="1" style="text;html=1;whiteSpace=wrap;strokeColor=none;fillColor=none;align=center;verticalAlign=middle;rounded=0;fontSize=30;fontStyle=1" value="Có" vertex="1">
          <mxGeometry height="30" width="60" x="6366" y="1570" as="geometry" />
        </mxCell>
        <mxCell id="dHOnNA1qFKyTxo9gN7e2-89" parent="1" style="text;html=1;whiteSpace=wrap;strokeColor=none;fillColor=none;align=center;verticalAlign=middle;rounded=0;fontSize=30;fontStyle=1" value="&lt;span&gt;Không&lt;/span&gt;" vertex="1">
          <mxGeometry height="30" width="60" x="6664" y="1750" as="geometry" />
        </mxCell>
        <mxCell id="dHOnNA1qFKyTxo9gN7e2-90" parent="1" style="text;html=1;whiteSpace=wrap;strokeColor=none;fillColor=none;align=center;verticalAlign=middle;rounded=0;fontSize=30;fontStyle=1" value="Đủ" vertex="1">
          <mxGeometry height="30" width="60" x="6675" y="2041" as="geometry" />
        </mxCell>
        <mxCell id="dHOnNA1qFKyTxo9gN7e2-91" parent="1" style="text;html=1;whiteSpace=wrap;strokeColor=none;fillColor=none;align=center;verticalAlign=middle;rounded=0;fontSize=30;fontStyle=1" value="&lt;font&gt;Chưa&lt;/font&gt;" vertex="1">
          <mxGeometry height="30" width="60" x="6849" y="1880" as="geometry" />
        </mxCell>
        <mxCell id="dHOnNA1qFKyTxo9gN7e2-106" edge="1" parent="1" source="dHOnNA1qFKyTxo9gN7e2-92" style="edgeStyle=none;curved=1;rounded=0;orthogonalLoop=1;jettySize=auto;html=1;fontSize=12;startSize=8;endSize=8;" target="dHOnNA1qFKyTxo9gN7e2-93" value="">
          <mxGeometry relative="1" as="geometry" />
        </mxCell>
        <mxCell id="dHOnNA1qFKyTxo9gN7e2-92" parent="1" style="rounded=1;whiteSpace=wrap;html=1;fontStyle=1;fontSize=30;" value="&lt;font&gt;Bắt đầu&lt;/font&gt;" vertex="1">
          <mxGeometry height="104" width="214" x="9611" y="263" as="geometry" />
        </mxCell>
        <mxCell id="dHOnNA1qFKyTxo9gN7e2-107" edge="1" parent="1" source="dHOnNA1qFKyTxo9gN7e2-93" style="edgeStyle=none;curved=1;rounded=0;orthogonalLoop=1;jettySize=auto;html=1;fontSize=12;startSize=8;endSize=8;" target="dHOnNA1qFKyTxo9gN7e2-94" value="">
          <mxGeometry relative="1" as="geometry" />
        </mxCell>
        <mxCell id="dHOnNA1qFKyTxo9gN7e2-93" parent="1" style="rounded=0;whiteSpace=wrap;html=1;fontStyle=1;fontSize=30;" value="Khởi tạo giao tiếp&lt;div&gt;UART&lt;/div&gt;" vertex="1">
          <mxGeometry height="136" width="290" x="9573" y="398" as="geometry" />
        </mxCell>
        <mxCell id="dHOnNA1qFKyTxo9gN7e2-108" edge="1" parent="1" source="dHOnNA1qFKyTxo9gN7e2-94" style="edgeStyle=none;curved=1;rounded=0;orthogonalLoop=1;jettySize=auto;html=1;fontSize=12;startSize=8;endSize=8;" target="dHOnNA1qFKyTxo9gN7e2-97" value="">
          <mxGeometry relative="1" as="geometry" />
        </mxCell>
        <mxCell id="dHOnNA1qFKyTxo9gN7e2-94" parent="1" style="rounded=0;whiteSpace=wrap;html=1;fontStyle=1;fontSize=30;" value="Khởi tạo 2 khóa&lt;div&gt;(HMAC + AES)&lt;/div&gt;" vertex="1">
          <mxGeometry height="134" width="290" x="9576" y="565" as="geometry" />
        </mxCell>
        <mxCell id="dHOnNA1qFKyTxo9gN7e2-111" edge="1" parent="1" source="dHOnNA1qFKyTxo9gN7e2-95" style="edgeStyle=none;curved=1;rounded=0;orthogonalLoop=1;jettySize=auto;html=1;fontSize=12;startSize=8;endSize=8;" value="">
          <mxGeometry relative="1" as="geometry">
            <mxPoint x="9716.829268292682" y="1216" as="targetPoint" />
          </mxGeometry>
        </mxCell>
        <mxCell id="dHOnNA1qFKyTxo9gN7e2-95" parent="1" style="rounded=0;whiteSpace=wrap;html=1;fontStyle=1;fontSize=30;" value="Cấu hình&lt;div&gt;cho các thiết bị ngoại vi&lt;/div&gt;" vertex="1">
          <mxGeometry height="136" width="290" x="9573" y="1052" as="geometry" />
        </mxCell>
        <mxCell id="dHOnNA1qFKyTxo9gN7e2-109" edge="1" parent="1" source="dHOnNA1qFKyTxo9gN7e2-97" style="edgeStyle=none;curved=1;rounded=0;orthogonalLoop=1;jettySize=auto;html=1;fontSize=12;startSize=8;endSize=8;" target="dHOnNA1qFKyTxo9gN7e2-98" value="">
          <mxGeometry relative="1" as="geometry" />
        </mxCell>
        <mxCell id="dHOnNA1qFKyTxo9gN7e2-97" parent="1" style="rounded=0;whiteSpace=wrap;html=1;fontStyle=1;fontSize=30;" value="Khởi tạo cảm biến&lt;div&gt;siêu âm&lt;/div&gt;" vertex="1">
          <mxGeometry height="136" width="290" x="9573" y="724" as="geometry" />
        </mxCell>
        <mxCell id="dHOnNA1qFKyTxo9gN7e2-110" edge="1" parent="1" source="dHOnNA1qFKyTxo9gN7e2-98" style="edgeStyle=none;curved=1;rounded=0;orthogonalLoop=1;jettySize=auto;html=1;fontSize=12;startSize=8;endSize=8;" target="dHOnNA1qFKyTxo9gN7e2-95" value="">
          <mxGeometry relative="1" as="geometry" />
        </mxCell>
        <mxCell id="dHOnNA1qFKyTxo9gN7e2-98" parent="1" style="rounded=0;whiteSpace=wrap;html=1;fontStyle=1;fontSize=30;" value="Khởi tạo module&lt;div&gt;giám sát năng lượng&lt;/div&gt;" vertex="1">
          <mxGeometry height="136" width="290" x="9573" y="890" as="geometry" />
        </mxCell>
        <mxCell id="dHOnNA1qFKyTxo9gN7e2-112" edge="1" parent="1" style="edgeStyle=none;curved=1;rounded=0;orthogonalLoop=1;jettySize=auto;html=1;fontSize=12;startSize=8;endSize=8;" target="dHOnNA1qFKyTxo9gN7e2-102" value="">
          <mxGeometry relative="1" as="geometry">
            <mxPoint x="9716" y="1352" as="sourcePoint" />
          </mxGeometry>
        </mxCell>
        <mxCell id="dHOnNA1qFKyTxo9gN7e2-102" parent="1" style="rounded=1;whiteSpace=wrap;html=1;fontStyle=1;fontSize=30;" value="&lt;font&gt;Kết thúc&lt;/font&gt;" vertex="1">
          <mxGeometry height="104" width="214" x="9609" y="1380" as="geometry" />
        </mxCell>
        <mxCell id="dHOnNA1qFKyTxo9gN7e2-104" parent="1" style="rounded=1;whiteSpace=wrap;html=1;fontStyle=1;fontSize=30;" value="&lt;font&gt;Kết thúc&lt;/font&gt;" vertex="1">
          <mxGeometry height="104" width="214" x="6529" y="2253" as="geometry" />
        </mxCell>
-         <mxCell id="dHOnNA1qFKyTxo9gN7e2-105" parent="1" style="rounded=1;whiteSpace=wrap;html=1;fontStyle=1;fontSize=30;" value="&lt;font&gt;Kết thúc&lt;/font&gt;" vertex="1">
-           <mxGeometry height="104" width="214" x="5341" y="2703" as="geometry" />
+         <mxCell id="dHOnNA1qFKyTxo9gN7e2-105" parent="1" style="rounded=1;whiteSpace=wrap;html=1;fontStyle=1;fontSize=30;" value="&lt;font&gt;Gửi&lt;/font&gt;" vertex="1">
+           <mxGeometry height="107" width="214" x="5341" y="2700" as="geometry" />
+         </mxCell>
+         <mxCell id="dHOnNA1qFKyTxo9gN7e2-141" edge="1" parent="1" source="dHOnNA1qFKyTxo9gN7e2-113" style="edgeStyle=none;curved=1;rounded=0;orthogonalLoop=1;jettySize=auto;html=1;fontSize=12;startSize=8;endSize=8;" target="dHOnNA1qFKyTxo9gN7e2-118" value="">
+           <mxGeometry relative="1" as="geometry" />
        </mxCell>
        <mxCell id="dHOnNA1qFKyTxo9gN7e2-113" parent="1" style="rounded=1;whiteSpace=wrap;html=1;fontStyle=1;fontSize=30;" value="&lt;font&gt;Bắt đầu&lt;/font&gt;" vertex="1">
          <mxGeometry height="104" width="214" x="8070" y="199" as="geometry" />
        </mxCell>
        <mxCell id="dHOnNA1qFKyTxo9gN7e2-115" edge="1" parent="1" source="dHOnNA1qFKyTxo9gN7e2-114" style="edgeStyle=none;curved=1;rounded=0;orthogonalLoop=1;jettySize=auto;html=1;fontSize=12;startSize=8;endSize=8;" target="dHOnNA1qFKyTxo9gN7e2-105" value="">
          <mxGeometry relative="1" as="geometry" />
        </mxCell>
-         <mxCell id="dHOnNA1qFKyTxo9gN7e2-114" parent="1" style="shape=parallelogram;perimeter=parallelogramPerimeter;whiteSpace=wrap;html=1;fixedSize=1;fontStyle=1;fontSize=30;" value="&lt;span&gt;Xuất dữ liệu&amp;nbsp;&lt;/span&gt;&lt;div&gt;&lt;span&gt;&amp;amp;&lt;/span&gt;&lt;/div&gt;&lt;div&gt;&lt;span&gt;Gửi&lt;/span&gt;&lt;/div&gt;" vertex="1">
+         <mxCell id="dHOnNA1qFKyTxo9gN7e2-114" parent="1" style="shape=parallelogram;perimeter=parallelogramPerimeter;whiteSpace=wrap;html=1;fixedSize=1;fontStyle=1;fontSize=30;" value="&lt;span&gt;Xuất dữ liệu&lt;/span&gt;" vertex="1">
          <mxGeometry height="151" width="310" x="5293" y="2530" as="geometry" />
+         </mxCell>
+         <mxCell id="dHOnNA1qFKyTxo9gN7e2-142" edge="1" parent="1" source="dHOnNA1qFKyTxo9gN7e2-118" style="edgeStyle=none;curved=1;rounded=0;orthogonalLoop=1;jettySize=auto;html=1;fontSize=12;startSize=8;endSize=8;" target="dHOnNA1qFKyTxo9gN7e2-119" value="">
+           <mxGeometry relative="1" as="geometry" />
        </mxCell>
        <mxCell id="dHOnNA1qFKyTxo9gN7e2-118" parent="1" style="rounded=0;whiteSpace=wrap;html=1;fontStyle=1;fontSize=30;" value="&lt;font&gt;Khởi tạo phần cứng&lt;/font&gt;&lt;div&gt;và biến&lt;/div&gt;" vertex="1">
          <mxGeometry height="136" width="290" x="8032" y="321" as="geometry" />
        </mxCell>
+         <mxCell id="dHOnNA1qFKyTxo9gN7e2-143" edge="1" parent="1" source="dHOnNA1qFKyTxo9gN7e2-119" style="edgeStyle=none;curved=1;rounded=0;orthogonalLoop=1;jettySize=auto;html=1;fontSize=12;startSize=8;endSize=8;" target="dHOnNA1qFKyTxo9gN7e2-127" value="">
+           <mxGeometry relative="1" as="geometry" />
+         </mxCell>
        <mxCell id="dHOnNA1qFKyTxo9gN7e2-119" parent="1" style="shape=parallelogram;perimeter=parallelogramPerimeter;whiteSpace=wrap;html=1;fixedSize=1;fontStyle=1;fontSize=30;" value="&lt;div&gt;&lt;font&gt;Đọc giá trị&amp;nbsp;&lt;/font&gt;&lt;/div&gt;&lt;div&gt;điện áp &amp;amp; dòng điện&lt;/div&gt;" vertex="1">
          <mxGeometry height="149" width="310" x="8022" y="482" as="geometry" />
        </mxCell>
        <mxCell id="dHOnNA1qFKyTxo9gN7e2-121" parent="1" style="shape=parallelogram;perimeter=parallelogramPerimeter;whiteSpace=wrap;html=1;fixedSize=1;fontStyle=1;fontSize=30;" value="&lt;div&gt;&lt;font&gt;Cập nhật&lt;/font&gt;&lt;/div&gt;&lt;div&gt;dung lượng Pin&lt;/div&gt;" vertex="1">
          <mxGeometry height="151" width="310" x="4833" y="786" as="geometry" />
        </mxCell>
        <mxCell id="dHOnNA1qFKyTxo9gN7e2-122" parent="1" style="shape=parallelogram;perimeter=parallelogramPerimeter;whiteSpace=wrap;html=1;fixedSize=1;fontStyle=1;fontSize=30;" value="&lt;div&gt;&lt;font&gt;Cập nhật trạng thái&lt;br&gt;LED &amp;amp; còi&lt;br&gt;&lt;/font&gt;&lt;/div&gt;" vertex="1">
          <mxGeometry height="141" width="310" x="5293" y="1717" as="geometry" />
        </mxCell>
        <mxCell id="dHOnNA1qFKyTxo9gN7e2-123" parent="1" style="shape=parallelogram;perimeter=parallelogramPerimeter;whiteSpace=wrap;html=1;fixedSize=1;fontStyle=1;fontSize=30;" value="Tăng đếm++" vertex="1">
          <mxGeometry height="151" width="310" x="6916" y="1840" as="geometry" />
        </mxCell>
        <mxCell id="dHOnNA1qFKyTxo9gN7e2-124" parent="1" style="shape=parallelogram;perimeter=parallelogramPerimeter;whiteSpace=wrap;html=1;fixedSize=1;fontStyle=1;fontSize=30;" value="Reset biến đếm&lt;div&gt;về 0&lt;/div&gt;" vertex="1">
          <mxGeometry height="151" width="310" x="6068" y="1537" as="geometry" />
        </mxCell>
        <mxCell id="dHOnNA1qFKyTxo9gN7e2-125" parent="1" style="shape=parallelogram;perimeter=parallelogramPerimeter;whiteSpace=wrap;html=1;fixedSize=1;fontStyle=1;fontSize=30;" value="Hiển thị lên&lt;div&gt;terminal&lt;/div&gt;" vertex="1">
          <mxGeometry height="137" width="310" x="9561" y="1217" as="geometry" />
+         </mxCell>
+         <mxCell id="dHOnNA1qFKyTxo9gN7e2-144" edge="1" parent="1" source="dHOnNA1qFKyTxo9gN7e2-127" style="edgeStyle=none;curved=1;rounded=0;orthogonalLoop=1;jettySize=auto;html=1;fontSize=12;startSize=8;endSize=8;" target="dHOnNA1qFKyTxo9gN7e2-130" value="">
+           <mxGeometry relative="1" as="geometry" />
+         </mxCell>
+         <mxCell id="dHOnNA1qFKyTxo9gN7e2-127" parent="1" style="rounded=0;whiteSpace=wrap;html=1;fontStyle=1;fontSize=30;" value="Áp dụng bộ lọc&lt;div&gt;EMA&lt;/div&gt;" vertex="1">
+           <mxGeometry height="136" width="290" x="8032" y="656" as="geometry" />
+         </mxCell>
+         <mxCell id="dHOnNA1qFKyTxo9gN7e2-145" edge="1" parent="1" source="dHOnNA1qFKyTxo9gN7e2-130" style="edgeStyle=none;curved=1;rounded=0;orthogonalLoop=1;jettySize=auto;html=1;fontSize=12;startSize=8;endSize=8;" target="dHOnNA1qFKyTxo9gN7e2-132" value="">
+           <mxGeometry relative="1" as="geometry" />
+         </mxCell>
+         <mxCell id="dHOnNA1qFKyTxo9gN7e2-130" parent="1" style="rounded=0;whiteSpace=wrap;html=1;fontStyle=1;fontSize=30;" value="Tính ra giá trị&lt;div&gt;phần trăm&lt;/div&gt;" vertex="1">
+           <mxGeometry height="136" width="290" x="8032" y="817" as="geometry" />
+         </mxCell>
+         <mxCell id="dHOnNA1qFKyTxo9gN7e2-138" edge="1" parent="1" source="dHOnNA1qFKyTxo9gN7e2-132" style="edgeStyle=none;curved=1;rounded=0;orthogonalLoop=1;jettySize=auto;html=1;fontSize=12;startSize=8;endSize=8;" target="dHOnNA1qFKyTxo9gN7e2-135" value="">
+           <mxGeometry relative="1" as="geometry" />
+         </mxCell>
+         <mxCell id="dHOnNA1qFKyTxo9gN7e2-146" edge="1" parent="1" source="dHOnNA1qFKyTxo9gN7e2-132" style="edgeStyle=none;curved=1;rounded=0;orthogonalLoop=1;jettySize=auto;html=1;fontSize=12;startSize=8;endSize=8;" target="dHOnNA1qFKyTxo9gN7e2-133" value="">
+           <mxGeometry relative="1" as="geometry" />
+         </mxCell>
+         <mxCell id="dHOnNA1qFKyTxo9gN7e2-132" parent="1" style="rhombus;whiteSpace=wrap;html=1;fontStyle=1;fontSize=30;" value="So sánh&lt;div&gt;dòng điện&amp;nbsp;≥ +10 mA&lt;/div&gt;&lt;div&gt;không ?&lt;/div&gt;" vertex="1">
+           <mxGeometry height="276" width="366" x="7994" y="978" as="geometry" />
+         </mxCell>
+         <mxCell id="dHOnNA1qFKyTxo9gN7e2-139" edge="1" parent="1" source="dHOnNA1qFKyTxo9gN7e2-133" style="edgeStyle=none;curved=1;rounded=0;orthogonalLoop=1;jettySize=auto;html=1;fontSize=12;startSize=8;endSize=8;" target="dHOnNA1qFKyTxo9gN7e2-136" value="">
+           <mxGeometry relative="1" as="geometry" />
+         </mxCell>
+         <mxCell id="dHOnNA1qFKyTxo9gN7e2-147" edge="1" parent="1" source="dHOnNA1qFKyTxo9gN7e2-133" style="edgeStyle=none;curved=1;rounded=0;orthogonalLoop=1;jettySize=auto;html=1;fontSize=12;startSize=8;endSize=8;" target="dHOnNA1qFKyTxo9gN7e2-134" value="">
+           <mxGeometry relative="1" as="geometry" />
+         </mxCell>
+         <mxCell id="dHOnNA1qFKyTxo9gN7e2-133" parent="1" style="rhombus;whiteSpace=wrap;html=1;fontStyle=1;fontSize=30;" value="So sánh&lt;div&gt;dòng điện&amp;nbsp;&lt;span style=&quot;background-color: transparent; color: light-dark(rgb(0, 0, 0), rgb(255, 255, 255));&quot;&gt;≤&lt;/span&gt;&lt;span style=&quot;background-color: transparent; color: light-dark(rgb(0, 0, 0), rgb(255, 255, 255));&quot;&gt;&amp;nbsp;&lt;/span&gt;&lt;span style=&quot;background-color: transparent; color: light-dark(rgb(0, 0, 0), rgb(255, 255, 255));&quot;&gt;&amp;nbsp;+10 mA&lt;/span&gt;&lt;/div&gt;&lt;div&gt;&lt;span style=&quot;background-color: transparent; color: light-dark(rgb(0, 0, 0), rgb(255, 255, 255));&quot;&gt;không ?&lt;/span&gt;&lt;/div&gt;" vertex="1">
+           <mxGeometry height="276" width="366" x="7994" y="1279" as="geometry" />
+         </mxCell>
+         <mxCell id="dHOnNA1qFKyTxo9gN7e2-140" edge="1" parent="1" source="dHOnNA1qFKyTxo9gN7e2-134" style="edgeStyle=none;curved=1;rounded=0;orthogonalLoop=1;jettySize=auto;html=1;fontSize=12;startSize=8;endSize=8;" target="dHOnNA1qFKyTxo9gN7e2-137" value="">
+           <mxGeometry relative="1" as="geometry" />
+         </mxCell>
+         <mxCell id="dHOnNA1qFKyTxo9gN7e2-149" edge="1" parent="1" source="dHOnNA1qFKyTxo9gN7e2-134" style="edgeStyle=none;curved=1;rounded=0;orthogonalLoop=1;jettySize=auto;html=1;fontSize=12;startSize=8;endSize=8;" target="dHOnNA1qFKyTxo9gN7e2-148" value="">
+           <mxGeometry relative="1" as="geometry" />
+         </mxCell>
+         <mxCell id="dHOnNA1qFKyTxo9gN7e2-134" parent="1" style="rhombus;whiteSpace=wrap;html=1;fontStyle=1;fontSize=30;" value="So sánh&lt;div&gt;điện áp&amp;nbsp;≥ 4,15V&lt;/div&gt;&lt;div&gt;không ?&lt;/div&gt;" vertex="1">
+           <mxGeometry height="276" width="366" x="7994" y="1582" as="geometry" />
+         </mxCell>
+         <mxCell id="dHOnNA1qFKyTxo9gN7e2-135" parent="1" style="shape=parallelogram;perimeter=parallelogramPerimeter;whiteSpace=wrap;html=1;fixedSize=1;fontStyle=1;fontSize=30;" value="Xuất&amp;nbsp;&lt;div&gt;&quot;Pin đang sạc&quot;&lt;/div&gt;" vertex="1">
+           <mxGeometry height="149" width="310" x="8396" y="1041.5" as="geometry" />
+         </mxCell>
+         <mxCell id="dHOnNA1qFKyTxo9gN7e2-159" edge="1" parent="1" source="dHOnNA1qFKyTxo9gN7e2-136" style="edgeStyle=none;curved=0;rounded=0;orthogonalLoop=1;jettySize=auto;html=1;fontSize=12;startSize=8;endSize=8;">
+           <mxGeometry relative="1" as="geometry">
+             <Array as="points">
+               <mxPoint x="8551" y="1880" />
+             </Array>
+             <mxPoint x="8186" y="1880" as="targetPoint" />
+           </mxGeometry>
+         </mxCell>
+         <mxCell id="dHOnNA1qFKyTxo9gN7e2-136" parent="1" style="shape=parallelogram;perimeter=parallelogramPerimeter;whiteSpace=wrap;html=1;fixedSize=1;fontStyle=1;fontSize=30;" value="&lt;div&gt;Xuất&lt;/div&gt;&lt;div&gt;&quot;Pin đang xả&quot;&lt;/div&gt;" vertex="1">
+           <mxGeometry height="149" width="310" x="8396" y="1342.5" as="geometry" />
+         </mxCell>
+         <mxCell id="dHOnNA1qFKyTxo9gN7e2-158" edge="1" parent="1" source="dHOnNA1qFKyTxo9gN7e2-137" style="edgeStyle=none;curved=0;rounded=0;orthogonalLoop=1;jettySize=auto;html=1;fontSize=12;startSize=8;endSize=8;">
+           <mxGeometry relative="1" as="geometry">
+             <Array as="points">
+               <mxPoint x="8551" y="1880" />
+             </Array>
+             <mxPoint x="8180" y="1880" as="targetPoint" />
+           </mxGeometry>
+         </mxCell>
+         <mxCell id="dHOnNA1qFKyTxo9gN7e2-137" parent="1" style="shape=parallelogram;perimeter=parallelogramPerimeter;whiteSpace=wrap;html=1;fixedSize=1;fontStyle=1;fontSize=30;" value="&lt;div&gt;Xuất&lt;/div&gt;&lt;div&gt;&quot;Pin đầy&quot;&lt;/div&gt;" vertex="1">
+           <mxGeometry height="149" width="310" x="8396" y="1645.5" as="geometry" />
+         </mxCell>
+         <mxCell id="dHOnNA1qFKyTxo9gN7e2-151" edge="1" parent="1" source="dHOnNA1qFKyTxo9gN7e2-148" style="edgeStyle=none;curved=1;rounded=0;orthogonalLoop=1;jettySize=auto;html=1;fontSize=12;startSize=8;endSize=8;" target="dHOnNA1qFKyTxo9gN7e2-150" value="">
+           <mxGeometry relative="1" as="geometry" />
+         </mxCell>
+         <mxCell id="dHOnNA1qFKyTxo9gN7e2-148" parent="1" style="rounded=0;whiteSpace=wrap;html=1;fontStyle=1;fontSize=30;" value="Hiển thị kết quả" vertex="1">
+           <mxGeometry height="136" width="290" x="8029" y="1905" as="geometry" />
+         </mxCell>
+         <mxCell id="dHOnNA1qFKyTxo9gN7e2-150" parent="1" style="rounded=1;whiteSpace=wrap;html=1;fontStyle=1;fontSize=30;" value="&lt;font&gt;Kết thúc&lt;/font&gt;" vertex="1">
+           <mxGeometry height="104" width="214" x="8067" y="2074" as="geometry" />
+         </mxCell>
+         <mxCell id="dHOnNA1qFKyTxo9gN7e2-152" parent="1" style="text;html=1;whiteSpace=wrap;strokeColor=none;fillColor=none;align=center;verticalAlign=middle;rounded=0;fontSize=30;fontStyle=1" value="Có" vertex="1">
+           <mxGeometry height="30" width="60" x="8352" y="1085" as="geometry" />
+         </mxCell>
+         <mxCell id="dHOnNA1qFKyTxo9gN7e2-153" parent="1" style="text;html=1;whiteSpace=wrap;strokeColor=none;fillColor=none;align=center;verticalAlign=middle;rounded=0;fontSize=30;fontStyle=1" value="&lt;span&gt;Không&lt;/span&gt;" vertex="1">
+           <mxGeometry height="30" width="60" x="8207" y="1249" as="geometry" />
+         </mxCell>
+         <mxCell id="dHOnNA1qFKyTxo9gN7e2-154" parent="1" style="text;html=1;whiteSpace=wrap;strokeColor=none;fillColor=none;align=center;verticalAlign=middle;rounded=0;fontSize=30;fontStyle=1" value="Có" vertex="1">
+           <mxGeometry height="30" width="60" x="8352" y="1380" as="geometry" />
+         </mxCell>
+         <mxCell id="dHOnNA1qFKyTxo9gN7e2-155" parent="1" style="text;html=1;whiteSpace=wrap;strokeColor=none;fillColor=none;align=center;verticalAlign=middle;rounded=0;fontSize=30;fontStyle=1" value="&lt;span&gt;Không&lt;/span&gt;" vertex="1">
+           <mxGeometry height="30" width="60" x="8201" y="1547" as="geometry" />
+         </mxCell>
+         <mxCell id="dHOnNA1qFKyTxo9gN7e2-156" parent="1" style="text;html=1;whiteSpace=wrap;strokeColor=none;fillColor=none;align=center;verticalAlign=middle;rounded=0;fontSize=30;fontStyle=1" value="Có" vertex="1">
+           <mxGeometry height="30" width="60" x="8348" y="1687" as="geometry" />
+         </mxCell>
+         <mxCell id="dHOnNA1qFKyTxo9gN7e2-157" parent="1" style="text;html=1;whiteSpace=wrap;strokeColor=none;fillColor=none;align=center;verticalAlign=middle;rounded=0;fontSize=30;fontStyle=1" value="&lt;span&gt;Không&lt;/span&gt;" vertex="1">
+           <mxGeometry height="30" width="60" x="8089" y="1855" as="geometry" />
        </mxCell>
      </root>
    </mxGraphModel>
  </diagram>
</mxfile>
